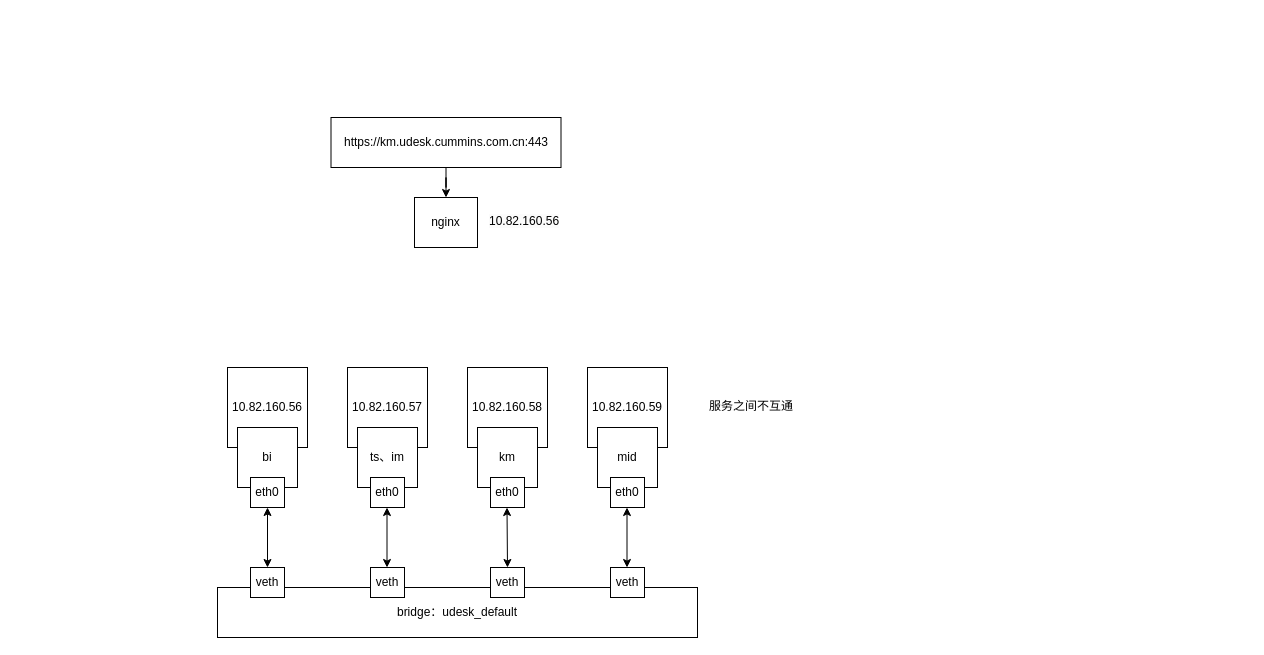
liuning0927/private_deploy keeps this draw.io diagram as docker网络-康明斯.drawio. Above is the earlier version. Source tidied: cells renumbered, new cells numbered last; positions are measured from the earlier drawing's top-left corner, leaving out a move shared by most shapes. Both pictures are drawn from the tidied source at 100%, with x=0, y=0 at pixel (217, 117).
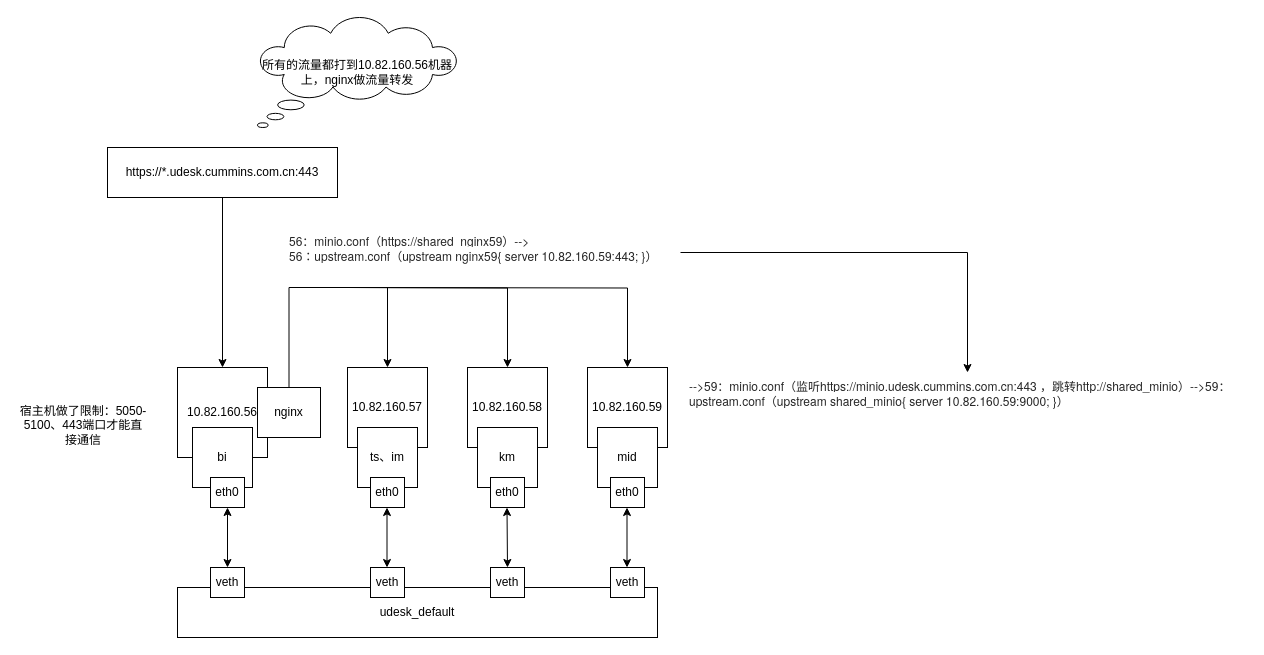
The same page after the edit.

Unchanged cells that the change refers to:
```xml
<mxCell id="2" value="10.82.160.57" style="whiteSpace=wrap;html=1;" parent="1" vertex="1">
  <mxGeometry x="130" y="250" width="80" height="80" as="geometry" />
</mxCell>
<mxCell id="3" value="10.82.160.59" style="whiteSpace=wrap;html=1;" parent="1" vertex="1">
  <mxGeometry x="370" y="250" width="80" height="80" as="geometry" />
</mxCell>
<mxCell id="5" value="10.82.160.58" style="whiteSpace=wrap;html=1;" parent="1" vertex="1">
  <mxGeometry x="250" y="250" width="80" height="80" as="geometry" />
</mxCell>
```

The edit, as a diff of the source:
```diff
@@
     <mxCell id="4" value="10.82.160.56" style="whiteSpace=wrap;html=1;" parent="1" vertex="1">
-      <mxGeometry x="10" y="250" width="80" height="80" as="geometry" />
+      <mxGeometry x="-40" y="250" width="90" height="90" as="geometry" />
     </mxCell>
@@
-    <mxCell id="6" value="bridge：udesk_default" style="rounded=0;whiteSpace=wrap;html=1;" parent="1" vertex="1">
-      <mxGeometry y="470" width="480" height="50" as="geometry" />
+    <mxCell id="6" value="udesk_default" style="rounded=0;whiteSpace=wrap;html=1;" parent="1" vertex="1">
+      <mxGeometry x="-40" y="470" width="480" height="50" as="geometry" />
     </mxCell>
     <mxCell id="7" value="bi" style="rounded=0;whiteSpace=wrap;html=1;" parent="1" vertex="1">
-      <mxGeometry x="20" y="310" width="60" height="60" as="geometry" />
+      <mxGeometry x="-25" y="310" width="60" height="60" as="geometry" />
     </mxCell>
@@
     <mxCell id="11" value="eth0" style="rounded=0;whiteSpace=wrap;html=1;" parent="1" vertex="1">
-      <mxGeometry x="33" y="360" width="34" height="30" as="geometry" />
+      <mxGeometry x="-7" y="360" width="34" height="30" as="geometry" />
     </mxCell>
@@
     <mxCell id="15" value="veth" style="rounded=0;whiteSpace=wrap;html=1;" parent="1" vertex="1">
-      <mxGeometry x="33" y="450" width="34" height="30" as="geometry" />
+      <mxGeometry x="-7" y="450" width="34" height="30" as="geometry" />
     </mxCell>
@@
+    <mxCell id="28" style="edgeStyle=orthogonalEdgeStyle;rounded=0;jettySize=auto;html=1;exitX=0.5;exitY=1;exitDx=0;exitDy=0;" parent="1" edge="1" target="5">
+      <mxGeometry relative="1" as="geometry">
+        <mxPoint x="130" y="170" as="sourcePoint" />
+      </mxGeometry>
+    </mxCell>
+    <mxCell id="29" style="edgeStyle=orthogonalEdgeStyle;rounded=0;jettySize=auto;html=1;exitX=0.5;exitY=1;exitDx=0;exitDy=0;entryX=0.5;entryY=0;entryDx=0;entryDy=0;" parent="1" edge="1" target="3">
+      <mxGeometry relative="1" as="geometry">
+        <mxPoint x="130" y="170" as="sourcePoint" />
+      </mxGeometry>
+    </mxCell>
+    <mxCell id="30" style="edgeStyle=orthogonalEdgeStyle;rounded=0;jettySize=auto;html=1;exitX=0.5;exitY=1;exitDx=0;exitDy=0;" parent="1" edge="1" source="25" target="4">
+      <mxGeometry relative="1" as="geometry" />
+    </mxCell>
+    <mxCell id="25" value="https://*.udesk.cummins.com.cn:443" style="rounded=0;whiteSpace=wrap;html=1;" parent="1" vertex="1">
+      <mxGeometry x="-110" y="30" width="230" height="50" as="geometry" />
+    </mxCell>
+    <mxCell id="31" value="&lt;span style=&quot;color: rgb(38, 38, 38); font-family: &amp;quot;Helvetica Neue&amp;quot;, &amp;quot;Chinese Quote&amp;quot;, BlinkMacSystemFont, &amp;quot;Segoe UI&amp;quot;, Roboto, &amp;quot;PingFang SC&amp;quot;, &amp;quot;Hiragino Sans GB&amp;quot;, &amp;quot;Microsoft YaHei&amp;quot;, &amp;quot;Helvetica Neue&amp;quot;, Helvetica, Arial, sans-serif; font-size: 12px; font-style: normal; font-variant-ligatures: normal; font-variant-caps: normal; font-weight: 400; letter-spacing: normal; orphans: 2; text-align: left; text-indent: 0px; text-transform: none; widows: 2; word-spacing: 0px; -webkit-text-stroke-width: 0px; background-color: rgb(255, 255, 255); text-decoration-thickness: initial; text-decoration-style: initial; text-decoration-color: initial; float: none; display: inline !important;&quot;&gt;--&amp;gt;59：minio.conf（监听https://minio.udesk.cummins.com.cn:443 ，跳转http://shared_minio）--&amp;gt;59：upstream.conf（upstream shared_minio{ server 10.82.160.59:9000; }）&lt;/span&gt;&lt;br&gt;" style="text;whiteSpace=wrap;html=1;" parent="1" vertex="1">
+      <mxGeometry x="470" y="255" width="560" height="80" as="geometry" />
+    </mxCell>
+    <mxCell id="32" value="&lt;div style=&quot;text-align: center;&quot;&gt;&lt;span style=&quot;background-color: initial;&quot;&gt;宿主机做了限制：5050-5100、443端口才能直接通信&lt;/span&gt;&lt;/div&gt;" style="text;whiteSpace=wrap;html=1;" parent="1" vertex="1">
+      <mxGeometry x="-200" y="280" width="130" height="60" as="geometry" />
+    </mxCell>
+    <mxCell id="33" style="edgeStyle=orthogonalEdgeStyle;rounded=0;jettySize=auto;html=1;" parent="1" edge="1" source="34" target="31">
+      <mxGeometry relative="1" as="geometry" />
+    </mxCell>
+    <mxCell id="34" value="&lt;span style=&quot;border-color: var(--border-color); font-size: 12px; font-style: normal; font-variant-ligatures: normal; font-variant-caps: normal; font-weight: 400; letter-spacing: normal; orphans: 2; text-align: left; text-indent: 0px; text-transform: none; widows: 2; word-spacing: 0px; -webkit-text-stroke-width: 0px; text-decoration-thickness: initial; text-decoration-style: initial; text-decoration-color: initial; color: rgb(38, 38, 38); font-family: &amp;quot;Helvetica Neue&amp;quot;, &amp;quot;Chinese Quote&amp;quot;, BlinkMacSystemFont, &amp;quot;Segoe UI&amp;quot;, Roboto, &amp;quot;PingFang SC&amp;quot;, &amp;quot;Hiragino Sans GB&amp;quot;, &amp;quot;Microsoft YaHei&amp;quot;, &amp;quot;Helvetica Neue&amp;quot;, Helvetica, Arial, sans-serif; background-color: rgb(255, 255, 255); float: none; display: inline !important;&quot;&gt;56：minio.conf（https://shared_nginx59）--&amp;gt;&lt;br&gt;56：upstream.conf（upstream nginx59{ server 10.82.160.59:443; }）&lt;/span&gt;" style="text;whiteSpace=wrap;html=1;" parent="1" vertex="1">
+      <mxGeometry x="70" y="110" width="393" height="50" as="geometry" />
+    </mxCell>
+    <mxCell id="35" value="所有的流量都打到10.82.160.56机器上，nginx做流量转发" style="whiteSpace=wrap;html=1;shape=mxgraph.basic.cloud_callout;" parent="1" vertex="1">
+      <mxGeometry x="40" y="-100" width="200" height="110" as="geometry" />
+    </mxCell>
+    <mxCell id="36" style="edgeStyle=orthogonalEdgeStyle;rounded=0;jettySize=auto;html=1;exitX=0.5;exitY=0;exitDx=0;exitDy=0;entryX=0.5;entryY=0;entryDx=0;entryDy=0;" parent="1" edge="1" source="23" target="2">
+      <mxGeometry relative="1" as="geometry">
+        <Array as="points">
+          <mxPoint x="72" y="170" />
+          <mxPoint x="170" y="170" />
+        </Array>
+      </mxGeometry>
+    </mxCell>
     <mxCell id="23" value="nginx" style="rounded=0;whiteSpace=wrap;html=1;" parent="1" vertex="1">
-      <mxGeometry x="197" y="80" width="63" height="50" as="geometry" />
+      <mxGeometry x="40" y="270" width="63" height="50" as="geometry" />
     </mxCell>
-    <mxCell id="24" style="edgeStyle=orthogonalEdgeStyle;rounded=0;jettySize=auto;html=1;exitX=0.5;exitY=1;exitDx=0;exitDy=0;" parent="1" edge="1" source="25" target="23">
-      <mxGeometry relative="1" as="geometry" />
-    </mxCell>
-    <mxCell id="25" value="https://km.udesk.cummins.com.cn:443" style="rounded=0;whiteSpace=wrap;html=1;" parent="1" vertex="1">
-      <mxGeometry x="113.5" width="230" height="50" as="geometry" />
-    </mxCell>
-    <mxCell id="26" value="&lt;span style=&quot;color: rgb(0, 0, 0); font-family: Helvetica; font-size: 12px; font-style: normal; font-variant-ligatures: normal; font-variant-caps: normal; font-weight: 400; letter-spacing: normal; orphans: 2; text-align: center; text-indent: 0px; text-transform: none; widows: 2; word-spacing: 0px; -webkit-text-stroke-width: 0px; background-color: rgb(251, 251, 251); text-decoration-thickness: initial; text-decoration-style: initial; text-decoration-color: initial; float: none; display: inline !important;&quot;&gt;10.82.160.56&lt;/span&gt;" style="text;whiteSpace=wrap;html=1;" parent="1" vertex="1">
-      <mxGeometry x="270" y="90" width="80" height="30" as="geometry" />
-    </mxCell>
-    <mxCell id="27" value="&lt;div style=&quot;text-align: center;&quot;&gt;&lt;span style=&quot;background-color: initial;&quot;&gt;服务之间不互通&lt;/span&gt;&lt;/div&gt;" style="text;whiteSpace=wrap;html=1;" parent="1" vertex="1">
-      <mxGeometry x="490" y="275" width="90" height="25" as="geometry" />
-    </mxCell>
```
